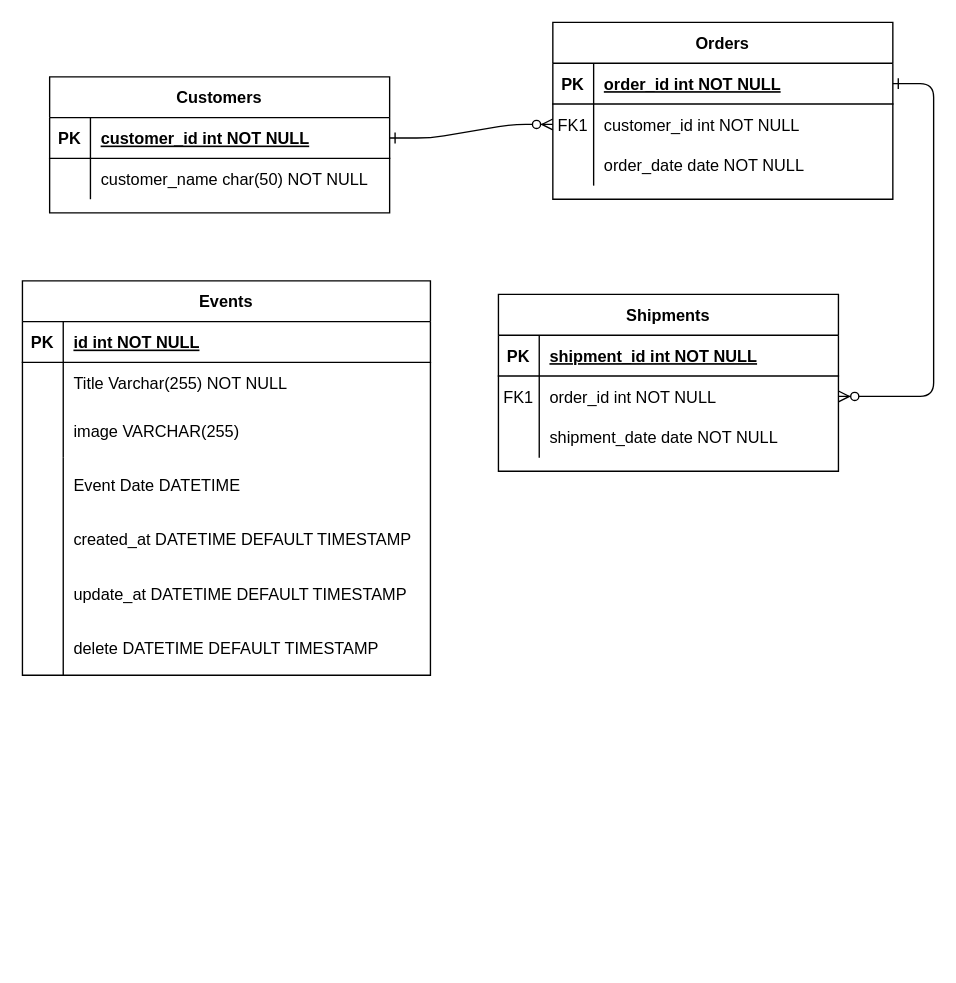
Earlier version of the draw.io diagram Untitled Diagram.drawio (Cristian-Barajas09/proyecto_U_T3_backend). Source tidied: cells renumbered, new cells numbered last; positions are measured from the earlier drawing's top-left corner, leaving out a move shared by most shapes. Both pictures are drawn from the tidied source at 136%, with x=0, y=0 at pixel (22, 22).
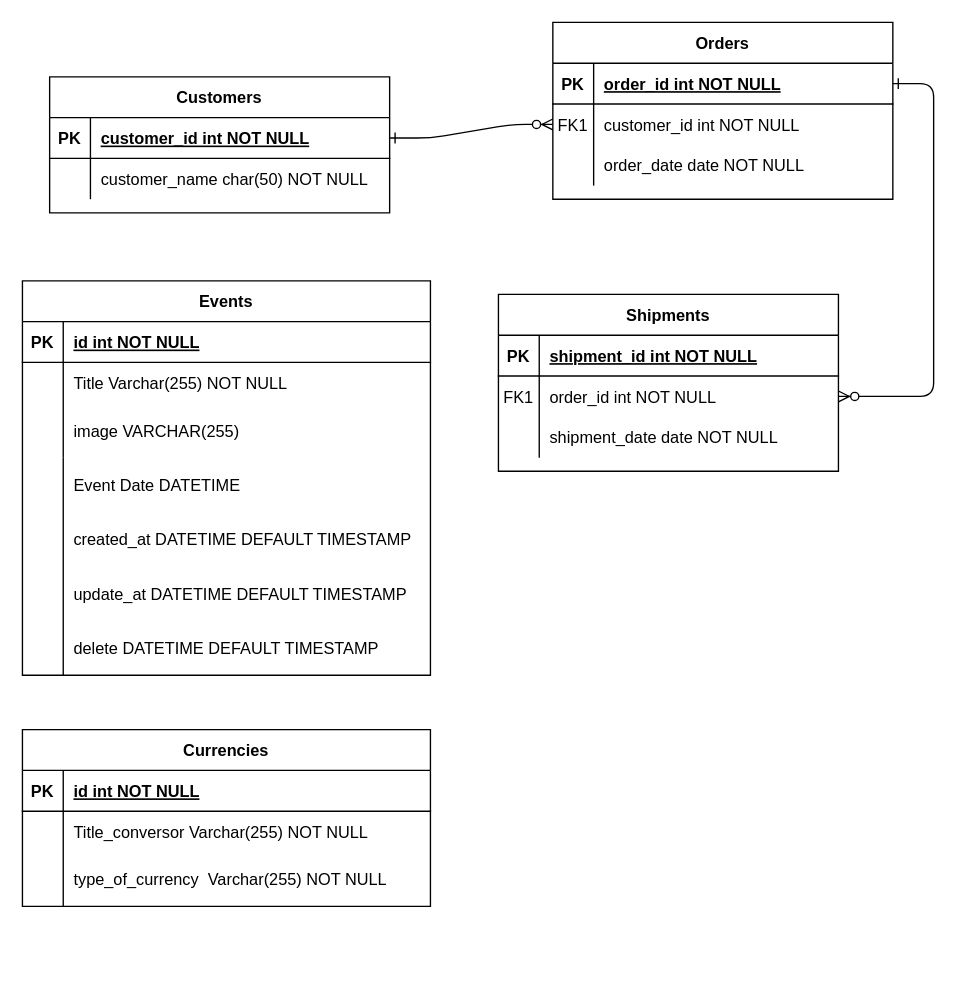
The same page after the edit.

Commit message (it also covers changes not shown here):
feat: create models for convention

Change to the diagram source:
```diff
@@
+    <mxCell id="47" value="Currencies" style="shape=table;startSize=30;childLayout=tableLayout;rowLines=0;fontStyle=1;align=center;" parent="1" vertex="1">
+      <mxGeometry y="520" width="300" height="130" as="geometry" />
+    </mxCell>
+    <mxCell id="48" style="shape=partialRectangle;fillColor=none;top=0;left=0;right=0;bottom=1;" parent="47" vertex="1">
+      <mxGeometry y="30" width="300" height="30" as="geometry" />
+    </mxCell>
+    <mxCell id="49" value="PK" style="shape=partialRectangle;overflow=hidden;fillColor=none;top=0;left=0;bottom=0;right=0;fontStyle=1;" parent="48" vertex="1">
+      <mxGeometry width="30" height="30" as="geometry" />
+    </mxCell>
+    <mxCell id="50" value="id int NOT NULL " style="shape=partialRectangle;overflow=hidden;fillColor=none;top=0;left=0;bottom=0;right=0;align=left;spacingLeft=6;fontStyle=5;" parent="48" vertex="1">
+      <mxGeometry x="30" width="270" height="30" as="geometry" />
+    </mxCell>
+    <mxCell id="51" style="shape=partialRectangle;fillColor=none;top=0;left=0;right=0;bottom=0;" parent="47" vertex="1">
+      <mxGeometry y="60" width="300" height="30" as="geometry" />
+    </mxCell>
+    <mxCell id="52" style="shape=partialRectangle;overflow=hidden;fillColor=none;top=0;left=0;bottom=0;right=0;" parent="51" vertex="1">
+      <mxGeometry width="30" height="30" as="geometry" />
+    </mxCell>
+    <mxCell id="53" value="Title_conversor Varchar(255) NOT NULL" style="shape=partialRectangle;overflow=hidden;fillColor=none;top=0;left=0;bottom=0;right=0;align=left;spacingLeft=6;" parent="51" vertex="1">
+      <mxGeometry x="30" width="270" height="30" as="geometry" />
+    </mxCell>
+    <mxCell id="54" style="shape=partialRectangle;fillColor=none;top=0;left=0;right=0;bottom=0;" parent="47" vertex="1">
+      <mxGeometry y="90" width="300" height="40" as="geometry" />
+    </mxCell>
+    <mxCell id="55" style="shape=partialRectangle;overflow=hidden;fillColor=none;top=0;left=0;bottom=0;right=0;" parent="54" vertex="1">
+      <mxGeometry width="30" height="40" as="geometry" />
+    </mxCell>
+    <mxCell id="56" value="type_of_currency  Varchar(255) NOT NULL" style="shape=partialRectangle;overflow=hidden;fillColor=none;top=0;left=0;bottom=0;right=0;align=left;spacingLeft=6;" parent="54" vertex="1">
+      <mxGeometry x="30" width="270" height="40" as="geometry" />
+    </mxCell>
+    <mxCell id="57" style="shape=partialRectangle;overflow=hidden;fillColor=none;top=0;left=0;bottom=0;right=0;" parent="1" vertex="1">
+      <mxGeometry y="650" width="30" height="40" as="geometry" />
+    </mxCell>
```
